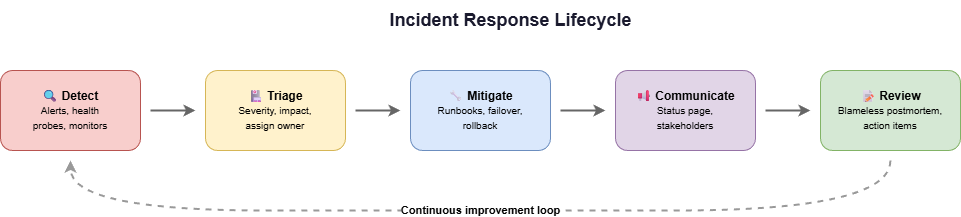
The draw.io diagram slides/img/incident-lifecycle.drawio.png in codebytes/azure-resiliency, before a commit. Source tidied: cells renumbered, new cells last; positions are measured from the earlier drawing's top-left corner, leaving out a move shared by most shapes.
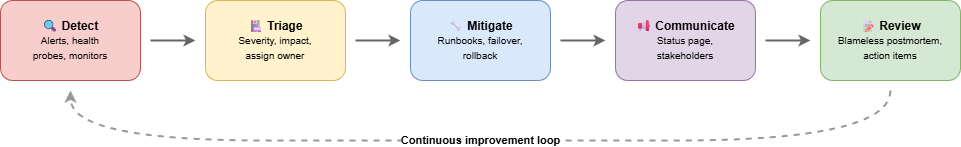
After the change.

Diff of the diagram source:
```diff
@@ -2,9 +2,6 @@
   <root>
     <mxCell id="0" />
     <mxCell id="1" parent="0" />
-    <mxCell id="2" value="&lt;b&gt;Incident Response Lifecycle&lt;/b&gt;" style="text;html=1;align=center;verticalAlign=middle;fontSize=18;fontColor=#1a1a2e;" parent="1" vertex="1">
-      <mxGeometry x="260" width="500" height="40" as="geometry" />
-    </mxCell>
     <mxCell id="3" value="&lt;b&gt;🔍 Detect&lt;/b&gt;&lt;br&gt;&lt;font style=&quot;font-size:10px&quot;&gt;Alerts, health&lt;br&gt;probes, monitors&lt;/font&gt;" style="rounded=1;whiteSpace=wrap;html=1;fillColor=#f8cecc;strokeColor=#b85450;fontSize=12;" parent="1" vertex="1">
       <mxGeometry y="70" width="140" height="80" as="geometry" />
     </mxCell>
```
